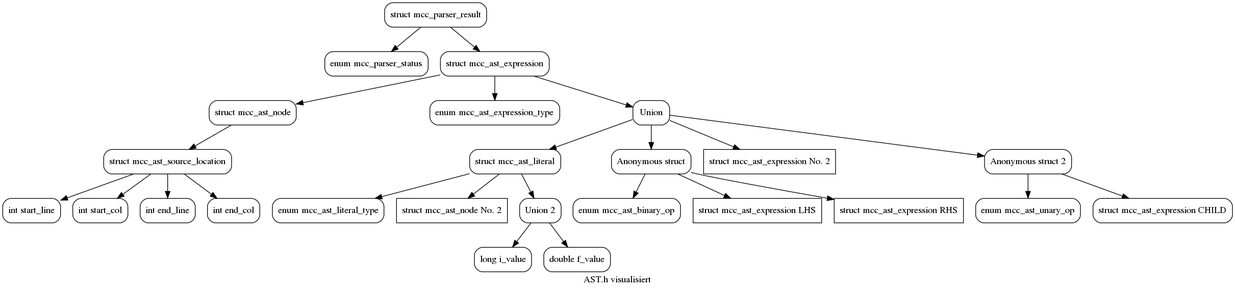
Before: tmp_development/Oliver/data_structures/graph.png, a diagram exported from Graphviz (RaoulSchikora/compiler). Its source is kept beside it as tmp_development/Oliver/data_structures/graph.dot.
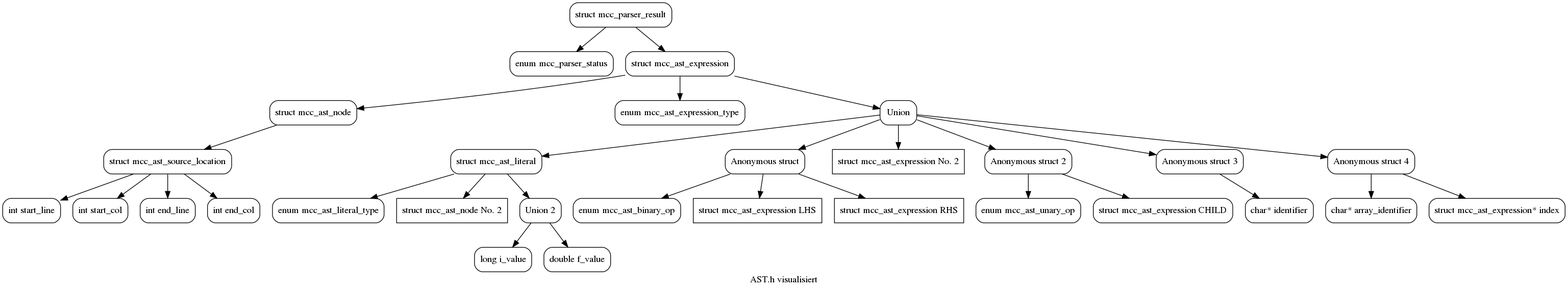
The same file after the commit.

Commit message:
updated data structure graph to include identifier and array elements

The edit, as a diff of the source:
```diff
@@ -26,6 +26,11 @@
 	"enum mcc_ast_unary_op"[shape="box",style=rounded];
 	"struct mcc_ast_expression CHILD"[shape="box",style=rounded];
 	"Anonymous struct 2"[shape="box", style=rounded];
+	"Anonymous struct 3"[shape="box", style=rounded];
+	"Anonymous struct 4"[shape="box", style=rounded];
+	"char* array_identifier"[shape="box", style=rounded];
+	"struct mcc_ast_expression* index"[shape="box", style=rounded];
+	"char* identifier"[shape="box", style=rounded];
 
 
 	"struct mcc_ast_source_location" -> "int start_line";
@@ -54,6 +59,11 @@
 	"Union 2" -> "double f_value";
 	"struct mcc_parser_result" -> "enum mcc_parser_status";
 	"struct mcc_parser_result" -> "struct mcc_ast_expression";
+	"Union" -> "Anonymous struct 3";
+	"Union" -> "Anonymous struct 4";
+	"Anonymous struct 3" -> "char* identifier";
+	"Anonymous struct 4" -> "char* array_identifier";
+	"Anonymous struct 4" -> "struct mcc_ast_expression* index";
 }
 
 
```
